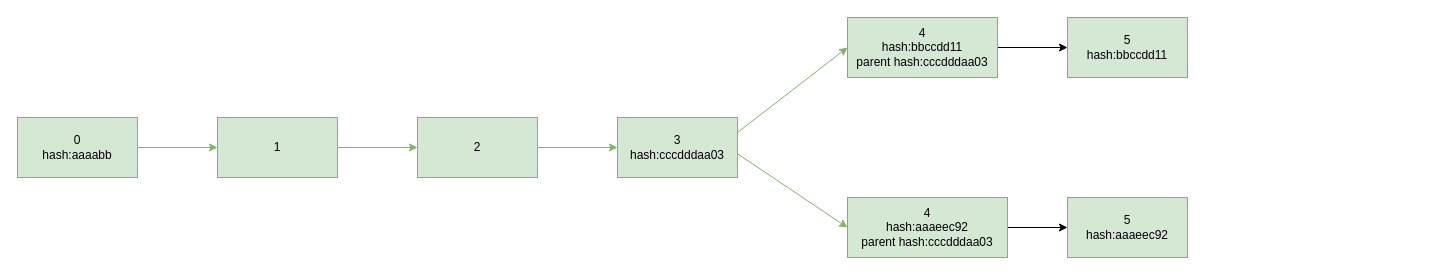
Above: drawio/SwitchFork分析.drawio in forfreeday/design (draw.io), before the change. Source tidied: cells renumbered, new cells numbered last; positions are measured from the earlier drawing's top-left corner, leaving out a move shared by most shapes. Both pictures are drawn from the tidied source at 100%, with x=0, y=0 at pixel (17, 17).
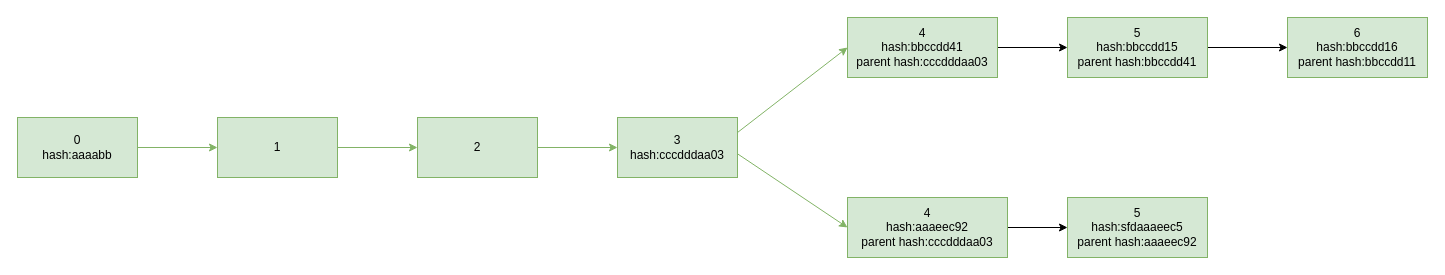
Above is the later version.

What changed in the source:
```diff
@@
 <mxGraphModel>
   <root>
     <mxCell id="0" />
     <mxCell id="1" parent="0" />
     <mxCell id="2" style="edgeStyle=orthogonalEdgeStyle;rounded=0;jettySize=auto;html=1;fillColor=#d5e8d4;strokeColor=#82b366;" parent="1" edge="1" source="3" target="5">
       <mxGeometry relative="1" as="geometry" />
     </mxCell>
     <mxCell id="3" value="0&lt;br&gt;hash:aaaabb" style="rounded=0;whiteSpace=wrap;html=1;fillColor=#d5e8d4;strokeColor=#82b366;" parent="1" vertex="1">
       <mxGeometry y="100" width="120" height="60" as="geometry" />
     </mxCell>
     <mxCell id="4" style="edgeStyle=orthogonalEdgeStyle;rounded=0;jettySize=auto;html=1;fillColor=#d5e8d4;strokeColor=#82b366;" parent="1" edge="1" source="5" target="7">
       <mxGeometry relative="1" as="geometry" />
     </mxCell>
     <mxCell id="5" value="1" style="rounded=0;whiteSpace=wrap;html=1;fillColor=#d5e8d4;strokeColor=#82b366;" parent="1" vertex="1">
       <mxGeometry x="200" y="100" width="120" height="60" as="geometry" />
     </mxCell>
     <mxCell id="6" style="edgeStyle=orthogonalEdgeStyle;rounded=0;jettySize=auto;html=1;fillColor=#d5e8d4;strokeColor=#82b366;" parent="1" edge="1" source="7" target="8">
       <mxGeometry relative="1" as="geometry" />
     </mxCell>
     <mxCell id="7" value="2" style="rounded=0;whiteSpace=wrap;html=1;fillColor=#d5e8d4;strokeColor=#82b366;" parent="1" vertex="1">
       <mxGeometry x="400" y="100" width="120" height="60" as="geometry" />
     </mxCell>
     <mxCell id="8" value="3&lt;br&gt;hash:cccdddaa03" style="rounded=0;whiteSpace=wrap;html=1;fillColor=#d5e8d4;strokeColor=#82b366;" parent="1" vertex="1">
       <mxGeometry x="600" y="100" width="120" height="60" as="geometry" />
     </mxCell>
     <mxCell id="9" style="edgeStyle=orthogonalEdgeStyle;rounded=0;jettySize=auto;html=1;" parent="1" edge="1" source="10" target="15">
       <mxGeometry relative="1" as="geometry" />
     </mxCell>
-    <mxCell id="10" value="4&lt;br&gt;hash:bbccdd11&lt;br&gt;parent hash:cccdddaa03" style="rounded=0;whiteSpace=wrap;html=1;fillColor=#d5e8d4;strokeColor=#82b366;" parent="1" vertex="1">
+    <mxCell id="10" value="4&lt;br&gt;hash:bbccdd41&lt;br&gt;parent hash:cccdddaa03" style="rounded=0;whiteSpace=wrap;html=1;fillColor=#d5e8d4;strokeColor=#82b366;" parent="1" vertex="1">
       <mxGeometry x="830" width="150" height="60" as="geometry" />
     </mxCell>
     <mxCell id="11" style="endArrow=classic;html=1;rounded=0;exitX=1;exitY=0.25;exitDx=0;exitDy=0;entryX=0;entryY=0.5;entryDx=0;entryDy=0;fillColor=#d5e8d4;strokeColor=#82b366;" parent="1" edge="1" source="8" target="10">
       <mxGeometry relative="1" as="geometry" />
     </mxCell>
     <mxCell id="12" style="edgeStyle=orthogonalEdgeStyle;rounded=0;jettySize=auto;html=1;" parent="1" edge="1" source="13" target="16">
       <mxGeometry relative="1" as="geometry" />
     </mxCell>
     <mxCell id="13" value="4&lt;br&gt;hash:aaaeec92&lt;br&gt;parent hash:cccdddaa03" style="rounded=0;whiteSpace=wrap;html=1;fillColor=#d5e8d4;strokeColor=#82b366;" parent="1" vertex="1">
       <mxGeometry x="830" y="180" width="160" height="60" as="geometry" />
     </mxCell>
     <mxCell id="14" style="endArrow=classic;html=1;rounded=0;exitX=0.997;exitY=0.601;exitDx=0;exitDy=0;entryX=0;entryY=0.5;entryDx=0;entryDy=0;exitPerimeter=0;fillColor=#d5e8d4;strokeColor=#82b366;" parent="1" edge="1" source="8" target="13">
       <mxGeometry relative="1" as="geometry" />
     </mxCell>
+    <mxCell id="17" style="edgeStyle=orthogonalEdgeStyle;rounded=0;jettySize=auto;html=1;" parent="1" edge="1" source="15" target="18">
+      <mxGeometry relative="1" as="geometry" />
+    </mxCell>
-    <mxCell id="15" value="5&lt;br&gt;hash:bbccdd11" style="rounded=0;whiteSpace=wrap;html=1;fillColor=#d5e8d4;strokeColor=#82b366;" parent="1" vertex="1">
-      <mxGeometry x="1050" width="120" height="60" as="geometry" />
+    <mxCell id="15" value="5&lt;br&gt;hash:bbccdd15&lt;br&gt;parent hash:bbccdd41" style="rounded=0;whiteSpace=wrap;html=1;fillColor=#d5e8d4;strokeColor=#82b366;" parent="1" vertex="1">
+      <mxGeometry x="1050" width="140" height="60" as="geometry" />
     </mxCell>
-    <mxCell id="16" value="5&lt;br&gt;hash:aaaeec92" style="rounded=0;whiteSpace=wrap;html=1;fillColor=#d5e8d4;strokeColor=#82b366;" parent="1" vertex="1">
-      <mxGeometry x="1050" y="180" width="120" height="60" as="geometry" />
+    <mxCell id="16" value="5&lt;br&gt;hash:sfdaaaeec5&lt;br&gt;parent hash:aaaeec92" style="rounded=0;whiteSpace=wrap;html=1;fillColor=#d5e8d4;strokeColor=#82b366;" parent="1" vertex="1">
+      <mxGeometry x="1050" y="180" width="140" height="60" as="geometry" />
     </mxCell>
+    <mxCell id="18" value="6&lt;br&gt;hash:bbccdd16&lt;br&gt;parent hash:bbccdd11" style="rounded=0;whiteSpace=wrap;html=1;fillColor=#d5e8d4;strokeColor=#82b366;" parent="1" vertex="1">
+      <mxGeometry x="1270" width="140" height="60" as="geometry" />
+    </mxCell>
   </root>
 </mxGraphModel>
```
